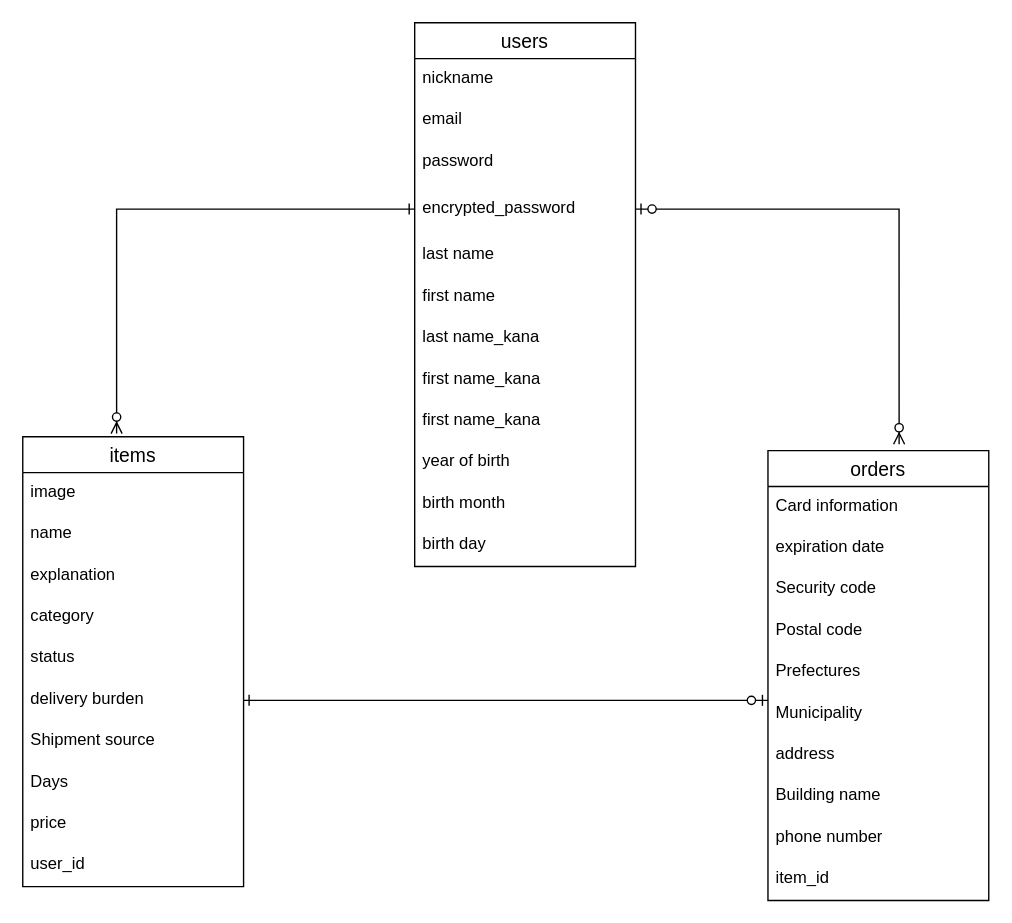
Above: furimo.dio in KimFight/furima-32013 (draw.io), before the change. Source tidied: cells renumbered, new cells numbered last; positions are measured from the earlier drawing's top-left corner, leaving out a move shared by most shapes. Both pictures are drawn from the tidied source at 138%, with x=0, y=0 at pixel (22, 22).
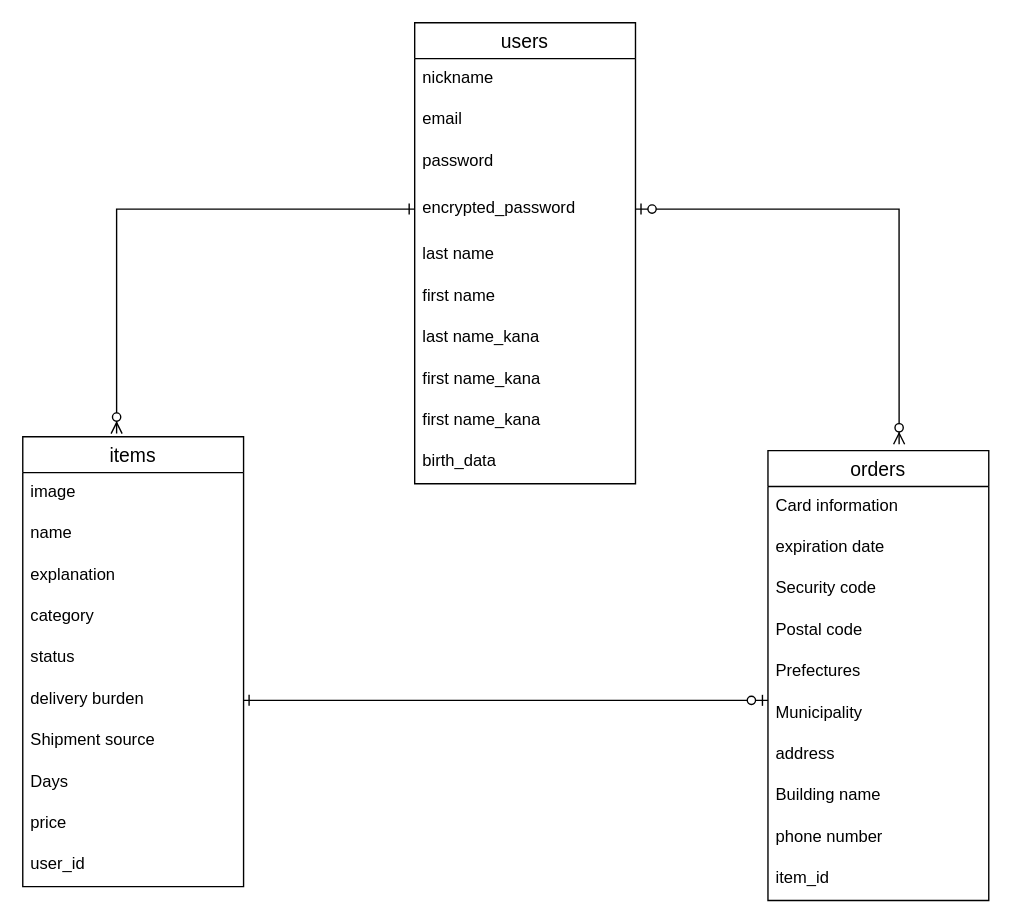
Above is the later version.

Change to the diagram source:
```diff
@@
     <mxCell id="24" value="users" style="swimlane;fontStyle=0;horizontal=1;startSize=26;align=center;fontSize=14;" parent="1" vertex="1">
-      <mxGeometry x="284" width="160" height="394" as="geometry" />
+      <mxGeometry x="284" width="160" height="334" as="geometry" />
     </mxCell>
@@
-    <mxCell id="34" value="year of birth" style="text;strokeColor=none;fillColor=none;spacingLeft=4;spacingRight=4;overflow=hidden;fontSize=12;" parent="24" vertex="1">
+    <mxCell id="34" value="birth_data" style="text;strokeColor=none;fillColor=none;spacingLeft=4;spacingRight=4;overflow=hidden;fontSize=12;" parent="24" vertex="1">
       <mxGeometry y="304" width="160" height="30" as="geometry" />
     </mxCell>
-    <mxCell id="35" value="birth month" style="text;strokeColor=none;fillColor=none;spacingLeft=4;spacingRight=4;overflow=hidden;fontSize=12;" parent="24" vertex="1">
-      <mxGeometry y="334" width="160" height="30" as="geometry" />
-    </mxCell>
-    <mxCell id="36" value="birth day" style="text;strokeColor=none;fillColor=none;spacingLeft=4;spacingRight=4;overflow=hidden;fontSize=12;" parent="24" vertex="1">
-      <mxGeometry y="364" width="160" height="30" as="geometry" />
-    </mxCell>
```
